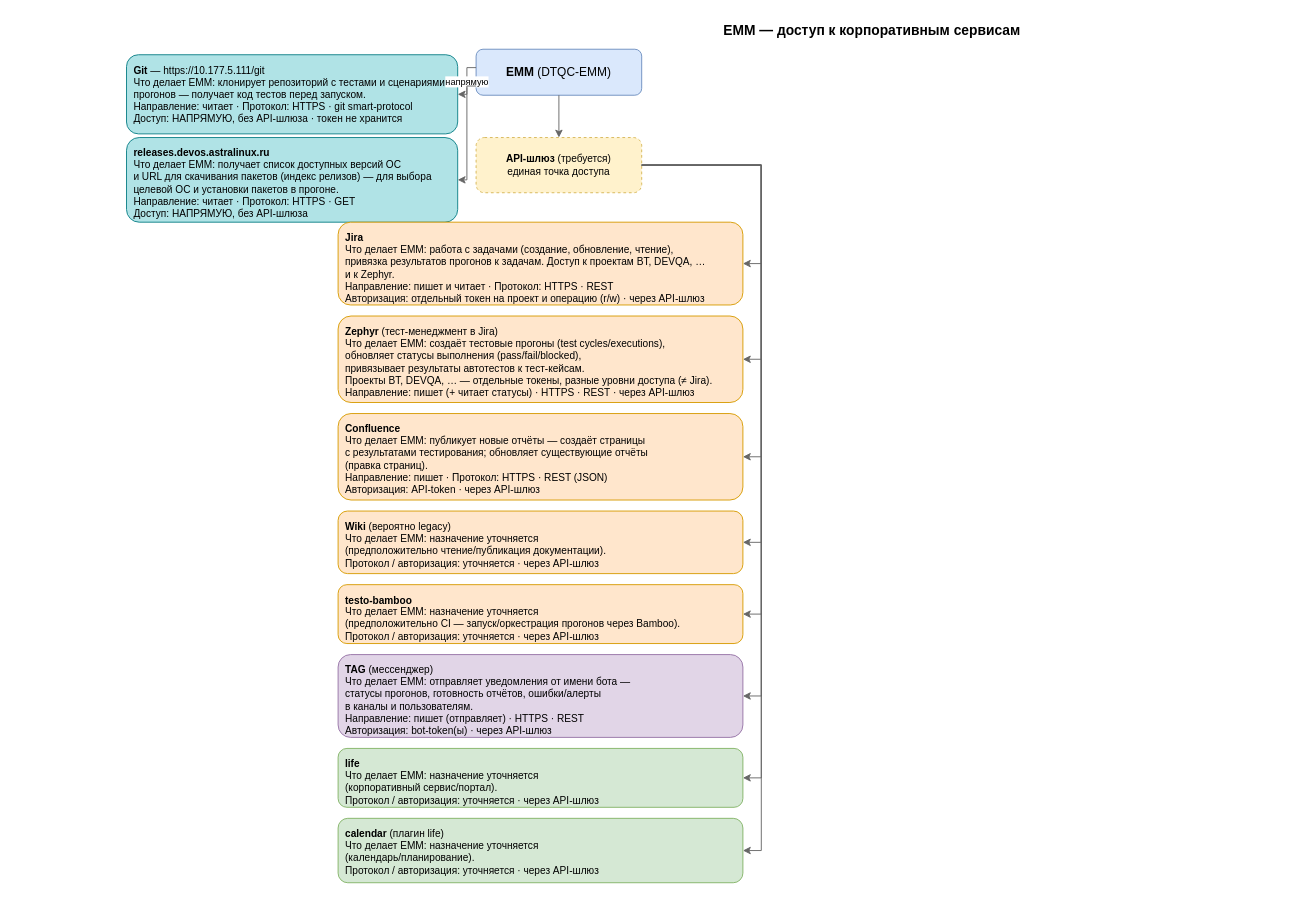
Before: dbos_server_service/diagrams/external-integrations.drawio in N2OCaKeS/stress_test, a draw.io diagram. Source tidied: cells renumbered, new cells numbered last; positions are measured from the earlier drawing's top-left corner, leaving out a move shared by most shapes. Both pictures are drawn from the tidied source at 92%, with x=0, y=0 at pixel (126, 16).
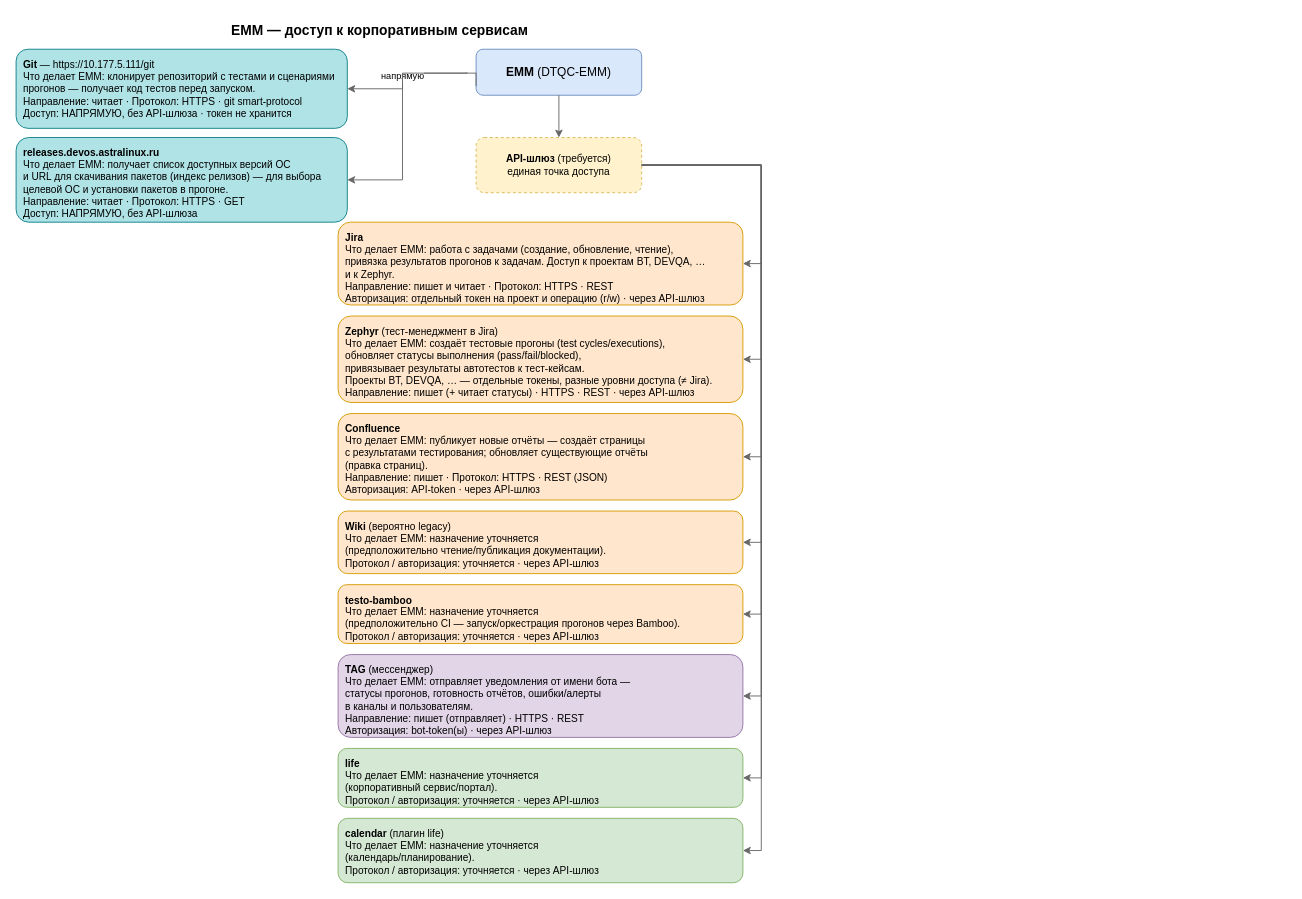
The same page after the edit.

Commit message:
center the title over the full layout

The change refers to these unchanged cells:
```xml
<mxCell id="3" value="&lt;b&gt;EMM&lt;/b&gt; (DTQC-EMM)" style="rounded=1;whiteSpace=wrap;html=1;fillColor=#dae8fc;strokeColor=#6c8ebf;fontSize=13;" parent="1" vertex="1">
  <mxGeometry x="380" y="36" width="180" height="50" as="geometry" />
</mxCell>
```

The edit, as a diff of the source:
```diff
@@
     <mxCell id="2" value="EMM — доступ к корпоративным сервисам" style="text;html=1;align=center;fontSize=15;fontStyle=1;" parent="1" vertex="1">
-      <mxGeometry x="360" width="900" height="24" as="geometry" />
+      <mxGeometry x="-120" width="790" height="24" as="geometry" />
     </mxCell>
@@
     <mxCell id="5" value="&lt;b&gt;Git&lt;/b&gt; — https://10.177.5.111/git&lt;br&gt;Что делает EMM: клонирует репозиторий с тестами и сценариями&lt;br&gt;прогонов — получает код тестов перед запуском.&lt;br&gt;Направление: читает · Протокол: HTTPS · git smart-protocol&lt;br&gt;Доступ: НАПРЯМУЮ, без API-шлюза · токен не хранится" style="rounded=1;whiteSpace=wrap;html=1;fillColor=#b0e3e6;strokeColor=#0e8088;align=left;verticalAlign=top;spacingLeft=6;spacingTop=4;fontSize=11;" parent="1" vertex="1">
-      <mxGeometry y="42" width="360" height="86" as="geometry" />
+      <mxGeometry x="-120" y="36" width="360" height="86" as="geometry" />
     </mxCell>
     <mxCell id="6" value="&lt;b&gt;releases.devos.astralinux.ru&lt;/b&gt;&lt;br&gt;Что делает EMM: получает список доступных версий ОС&lt;br&gt;и URL для скачивания пакетов (индекс релизов) — для выбора&lt;br&gt;целевой ОС и установки пакетов в прогоне.&lt;br&gt;Направление: читает · Протокол: HTTPS · GET&lt;br&gt;Доступ: НАПРЯМУЮ, без API-шлюза" style="rounded=1;whiteSpace=wrap;html=1;fillColor=#b0e3e6;strokeColor=#0e8088;align=left;verticalAlign=top;spacingLeft=6;spacingTop=4;fontSize=11;" parent="1" vertex="1">
-      <mxGeometry y="132" width="360" height="92" as="geometry" />
+      <mxGeometry x="-120" y="132" width="360" height="92" as="geometry" />
     </mxCell>
@@
-    <mxCell id="16" value="напрямую" style="edgeStyle=orthogonalEdgeStyle;rounded=0;html=1;exitX=0;exitY=0.4;exitDx=0;exitDy=0;entryX=1;entryY=0.5;entryDx=0;entryDy=0;strokeColor=#666666;fontSize=10;" parent="1" edge="1" source="3" target="5">
-      <mxGeometry relative="1" as="geometry" />
+    <mxCell id="16" value="напрямую" style="edgeStyle=orthogonalEdgeStyle;rounded=0;html=1;entryX=1;entryY=0.5;entryDx=0;entryDy=0;strokeColor=#666666;fontSize=10;" parent="1" edge="1" target="5">
+      <mxGeometry relative="1" as="geometry">
+        <mxPoint x="370" y="61" as="sourcePoint" />
+        <Array as="points">
+          <mxPoint x="370" y="62" />
+          <mxPoint x="300" y="62" />
+          <mxPoint x="300" y="79" />
+        </Array>
+      </mxGeometry>
     </mxCell>
     <mxCell id="17" style="edgeStyle=orthogonalEdgeStyle;rounded=0;html=1;exitX=0;exitY=0.8;exitDx=0;exitDy=0;entryX=1;entryY=0.5;entryDx=0;entryDy=0;strokeColor=#666666;" parent="1" edge="1" source="3" target="6">
-      <mxGeometry relative="1" as="geometry" />
+      <mxGeometry relative="1" as="geometry">
+        <Array as="points">
+          <mxPoint x="380" y="62" />
+          <mxPoint x="300" y="62" />
+          <mxPoint x="300" y="178" />
+        </Array>
+      </mxGeometry>
     </mxCell>
```
